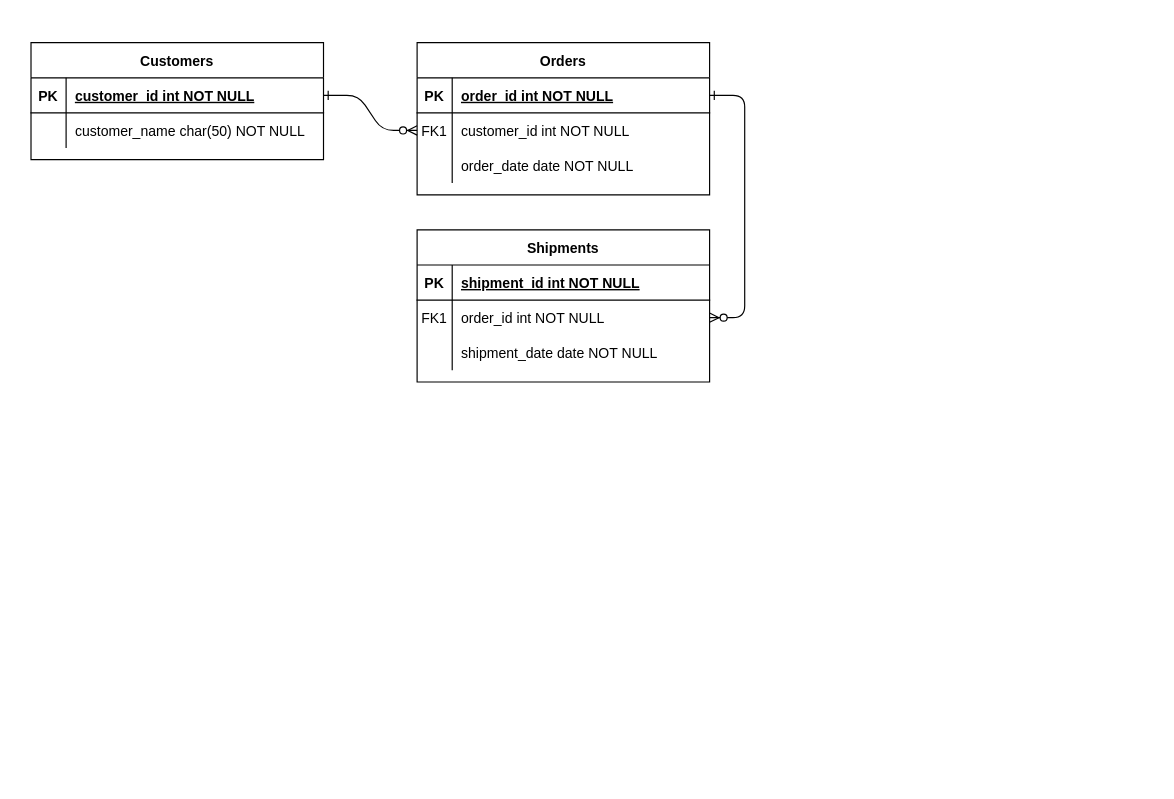
Above: FAMUniteERD.drawio in Rbeautelus1/design-project-green (draw.io), before the change. Source tidied: cells renumbered, new cells numbered last; positions are measured from the earlier drawing's top-left corner, leaving out a move shared by most shapes. Both pictures are drawn from the tidied source at 117%, with x=0, y=0 at pixel (30, 42).
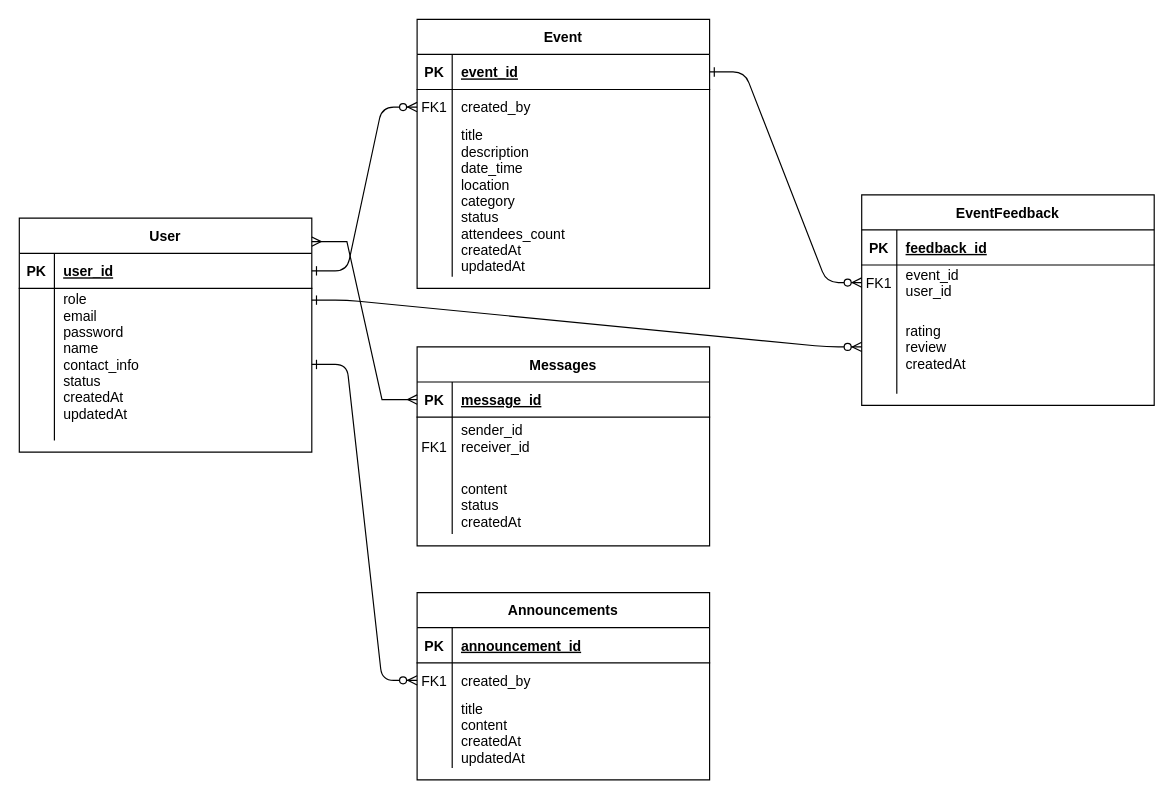
After the change.

Unchanged cells that the change refers to:
```xml
<mxCell id="5" style="shape=partialRectangle;fillColor=none;points=[[0,0.5],[1,0.5]];portConstraint=eastwest;top=0;left=0;right=0;bottom=1;" parent="4" vertex="1">
  <mxGeometry y="30" width="250" height="30" as="geometry" />
</mxCell>
<mxCell id="8" style="shape=partialRectangle;fillColor=none;points=[[0,0.5],[1,0.5]];portConstraint=eastwest;top=0;left=0;right=0;bottom=0;" parent="4" vertex="1">
  <mxGeometry y="60" width="250" height="30" as="geometry" />
</mxCell>
<mxCell id="15" style="shape=partialRectangle;fillColor=none;top=0;left=0;right=0;bottom=1;" parent="14" vertex="1">
  <mxGeometry y="30" width="250" height="30" as="geometry" />
</mxCell>
<mxCell id="18" style="shape=partialRectangle;fillColor=none;points=[[0,0.5],[1,0.5]];portConstraint=eastwest;top=0;left=0;right=0;bottom=0;" parent="14" vertex="1">
  <mxGeometry y="60" width="250" height="30" as="geometry" />
</mxCell>
<mxCell id="25" style="shape=partialRectangle;fillColor=none;points=[[0,0.5],[1,0.5]];portConstraint=eastwest;top=0;left=0;right=0;bottom=1;" parent="24" vertex="1">
  <mxGeometry y="30" width="250" height="30" as="geometry" />
</mxCell>
```

Diff of the diagram source:
```diff
@@
-    <mxCell id="4" value="Orders" style="shape=table;startSize=30;childLayout=tableLayout;rowLines=0;fontStyle=1;align=center;" parent="1" vertex="1">
-      <mxGeometry x="330" width="250" height="130" as="geometry" />
+    <mxCell id="4" value="Event" style="shape=table;startSize=30;childLayout=tableLayout;rowLines=0;fontStyle=1;align=center;" parent="1" vertex="1">
+      <mxGeometry x="330" y="-20" width="250" height="230" as="geometry" />
     </mxCell>
@@
-    <mxCell id="7" value="order_id int NOT NULL " style="shape=partialRectangle;overflow=hidden;fillColor=none;top=0;left=0;bottom=0;right=0;align=left;spacingLeft=6;fontStyle=5;" parent="5" vertex="1">
+    <mxCell id="7" value="event_id" style="shape=partialRectangle;overflow=hidden;fillColor=none;top=0;left=0;bottom=0;right=0;align=left;spacingLeft=6;fontStyle=5;" parent="5" vertex="1">
       <mxGeometry x="30" width="220" height="30" as="geometry" />
     </mxCell>
@@
-    <mxCell id="10" value="customer_id int NOT NULL" style="shape=partialRectangle;overflow=hidden;fillColor=none;top=0;left=0;bottom=0;right=0;align=left;spacingLeft=6;" parent="8" vertex="1">
+    <mxCell id="10" value="created_by" style="shape=partialRectangle;overflow=hidden;fillColor=none;top=0;left=0;bottom=0;right=0;align=left;spacingLeft=6;" parent="8" vertex="1">
       <mxGeometry x="30" width="220" height="30" as="geometry" />
     </mxCell>
     <mxCell id="11" style="shape=partialRectangle;fillColor=none;top=0;left=0;right=0;bottom=0;" parent="4" vertex="1">
-      <mxGeometry y="90" width="250" height="30" as="geometry" />
+      <mxGeometry y="90" width="250" height="130" as="geometry" />
     </mxCell>
     <mxCell id="12" style="shape=partialRectangle;overflow=hidden;fillColor=none;top=0;left=0;bottom=0;right=0;" parent="11" vertex="1">
-      <mxGeometry width="30" height="30" as="geometry" />
+      <mxGeometry width="30" height="130" as="geometry" />
     </mxCell>
-    <mxCell id="13" value="order_date date NOT NULL" style="shape=partialRectangle;overflow=hidden;fillColor=none;top=0;left=0;bottom=0;right=0;align=left;spacingLeft=6;" parent="11" vertex="1">
-      <mxGeometry x="30" width="220" height="30" as="geometry" />
+    <mxCell id="13" value="title&#10;description&#10;date_time&#10;location&#10;category&#10;status&#10;attendees_count&#10;createdAt&#10;updatedAt" style="shape=partialRectangle;overflow=hidden;fillColor=none;top=0;left=0;bottom=0;right=0;align=left;spacingLeft=6;" parent="11" vertex="1">
+      <mxGeometry x="30" width="220" height="130" as="geometry" />
     </mxCell>
-    <mxCell id="14" value="Shipments" style="shape=table;startSize=30;childLayout=tableLayout;rowLines=0;fontStyle=1;align=center;" parent="1" vertex="1">
-      <mxGeometry x="330" y="160" width="250" height="130" as="geometry" />
+    <mxCell id="14" value="EventFeedback" style="shape=table;startSize=30;childLayout=tableLayout;rowLines=0;fontStyle=1;align=center;" parent="1" vertex="1">
+      <mxGeometry x="710" y="130" width="250" height="180" as="geometry" />
     </mxCell>
@@
-    <mxCell id="17" value="shipment_id int NOT NULL " style="shape=partialRectangle;overflow=hidden;fillColor=none;top=0;left=0;bottom=0;right=0;align=left;spacingLeft=6;fontStyle=5;" parent="15" vertex="1">
+    <mxCell id="17" value="feedback_id" style="shape=partialRectangle;overflow=hidden;fillColor=none;top=0;left=0;bottom=0;right=0;align=left;spacingLeft=6;fontStyle=5;" parent="15" vertex="1">
       <mxGeometry x="30" width="220" height="30" as="geometry" />
     </mxCell>
@@
-    <mxCell id="20" value="order_id int NOT NULL" style="shape=partialRectangle;overflow=hidden;fillColor=none;top=0;left=0;bottom=0;right=0;align=left;spacingLeft=6;" parent="18" vertex="1">
+    <mxCell id="20" value="event_id&#10;user_id" style="shape=partialRectangle;overflow=hidden;fillColor=none;top=0;left=0;bottom=0;right=0;align=left;spacingLeft=6;" parent="18" vertex="1">
       <mxGeometry x="30" width="220" height="30" as="geometry" />
     </mxCell>
     <mxCell id="21" style="shape=partialRectangle;fillColor=none;points=[[0,0.5],[1,0.5]];portConstraint=eastwest;top=0;left=0;right=0;bottom=0;" parent="14" vertex="1">
-      <mxGeometry y="90" width="250" height="30" as="geometry" />
+      <mxGeometry y="90" width="250" height="80" as="geometry" />
     </mxCell>
     <mxCell id="22" style="shape=partialRectangle;overflow=hidden;fillColor=none;top=0;left=0;bottom=0;right=0;" parent="21" vertex="1">
-      <mxGeometry width="30" height="30" as="geometry" />
+      <mxGeometry width="30" height="80" as="geometry" />
     </mxCell>
-    <mxCell id="23" value="shipment_date date NOT NULL" style="shape=partialRectangle;overflow=hidden;fillColor=none;top=0;left=0;bottom=0;right=0;align=left;spacingLeft=6;" parent="21" vertex="1">
-      <mxGeometry x="30" width="220" height="30" as="geometry" />
+    <mxCell id="23" value="rating&#10;review&#10;createdAt" style="shape=partialRectangle;overflow=hidden;fillColor=none;top=0;left=0;bottom=0;right=0;align=left;spacingLeft=6;" parent="21" vertex="1">
+      <mxGeometry x="30" width="220" height="80" as="geometry" />
     </mxCell>
-    <mxCell id="24" value="Customers" style="shape=table;startSize=30;childLayout=tableLayout;rowLines=0;fontStyle=1;align=center;" parent="1" vertex="1">
-      <mxGeometry width="250" height="100" as="geometry" />
+    <mxCell id="24" value="User" style="shape=table;startSize=30;childLayout=tableLayout;rowLines=0;fontStyle=1;align=center;" parent="1" vertex="1">
+      <mxGeometry x="-10" y="150" width="250" height="200" as="geometry" />
     </mxCell>
@@
-    <mxCell id="27" value="customer_id int NOT NULL " style="shape=partialRectangle;overflow=hidden;fillColor=none;top=0;left=0;bottom=0;right=0;align=left;spacingLeft=6;fontStyle=5;" parent="25" vertex="1">
+    <mxCell id="27" value="user_id" style="shape=partialRectangle;overflow=hidden;fillColor=none;top=0;left=0;bottom=0;right=0;align=left;spacingLeft=6;fontStyle=5;" parent="25" vertex="1">
       <mxGeometry x="30" width="220" height="30" as="geometry" />
     </mxCell>
     <mxCell id="28" style="shape=partialRectangle;fillColor=none;points=[[0,0.5],[1,0.5]];portConstraint=eastwest;top=0;left=0;right=0;bottom=0;" parent="24" vertex="1">
-      <mxGeometry y="60" width="250" height="30" as="geometry" />
+      <mxGeometry y="60" width="250" height="130" as="geometry" />
     </mxCell>
     <mxCell id="29" style="shape=partialRectangle;overflow=hidden;fillColor=none;top=0;left=0;bottom=0;right=0;" parent="28" vertex="1">
-      <mxGeometry width="30" height="30" as="geometry" />
+      <mxGeometry width="30" height="130" as="geometry" />
     </mxCell>
-    <mxCell id="30" value="customer_name char(50) NOT NULL" style="shape=partialRectangle;overflow=hidden;fillColor=none;top=0;left=0;bottom=0;right=0;align=left;spacingLeft=6;" parent="28" vertex="1">
-      <mxGeometry x="30" width="220" height="30" as="geometry" />
+    <mxCell id="30" value="role &#10;email&#10;password&#10;name&#10;contact_info&#10;status&#10;createdAt&#10;updatedAt&#10;" style="shape=partialRectangle;overflow=hidden;fillColor=none;top=0;left=0;bottom=0;right=0;align=left;spacingLeft=6;" parent="28" vertex="1">
+      <mxGeometry x="30" width="220" height="130" as="geometry" />
     </mxCell>
+    <mxCell id="31" value="Messages" style="shape=table;startSize=30;childLayout=tableLayout;rowLines=0;fontStyle=1;align=center;" parent="1" vertex="1">
+      <mxGeometry x="330" y="260" width="250" height="170" as="geometry" />
+    </mxCell>
+    <mxCell id="32" style="shape=partialRectangle;fillColor=none;points=[[0,0.5],[1,0.5]];portConstraint=eastwest;top=0;left=0;right=0;bottom=1;" parent="31" vertex="1">
+      <mxGeometry y="30" width="250" height="30" as="geometry" />
+    </mxCell>
+    <mxCell id="33" value="PK" style="shape=partialRectangle;overflow=hidden;fillColor=none;top=0;left=0;bottom=0;right=0;fontStyle=1;" parent="32" vertex="1">
+      <mxGeometry width="30" height="30" as="geometry" />
+    </mxCell>
+    <mxCell id="34" value="message_id" style="shape=partialRectangle;overflow=hidden;fillColor=none;top=0;left=0;bottom=0;right=0;align=left;spacingLeft=6;fontStyle=5;" parent="32" vertex="1">
+      <mxGeometry x="30" width="220" height="30" as="geometry" />
+    </mxCell>
+    <mxCell id="35" style="shape=partialRectangle;fillColor=none;top=0;left=0;right=0;bottom=0;" parent="31" vertex="1">
+      <mxGeometry y="60" width="250" height="50" as="geometry" />
+    </mxCell>
+    <mxCell id="36" value="FK1" style="shape=partialRectangle;overflow=hidden;fillColor=none;top=0;left=0;bottom=0;right=0;" parent="35" vertex="1">
+      <mxGeometry width="30" height="50" as="geometry" />
+    </mxCell>
+    <mxCell id="37" value="sender_id&#10;receiver_id&#10;" style="shape=partialRectangle;overflow=hidden;fillColor=none;top=0;left=0;bottom=0;right=0;align=left;spacingLeft=6;" parent="35" vertex="1">
+      <mxGeometry x="30" width="220" height="50" as="geometry" />
+    </mxCell>
+    <mxCell id="38" style="shape=partialRectangle;fillColor=none;top=0;left=0;right=0;bottom=0;" parent="31" vertex="1">
+      <mxGeometry y="110" width="250" height="50" as="geometry" />
+    </mxCell>
+    <mxCell id="39" style="shape=partialRectangle;overflow=hidden;fillColor=none;top=0;left=0;bottom=0;right=0;" parent="38" vertex="1">
+      <mxGeometry width="30" height="50" as="geometry" />
+    </mxCell>
+    <mxCell id="40" value="content&#10;status&#10;createdAt" style="shape=partialRectangle;overflow=hidden;fillColor=none;top=0;left=0;bottom=0;right=0;align=left;spacingLeft=6;" parent="38" vertex="1">
+      <mxGeometry x="30" width="220" height="50" as="geometry" />
+    </mxCell>
+    <mxCell id="41" value="Announcements" style="shape=table;startSize=30;childLayout=tableLayout;rowLines=0;fontStyle=1;align=center;" parent="1" vertex="1">
+      <mxGeometry x="330" y="470" width="250" height="160" as="geometry" />
+    </mxCell>
+    <mxCell id="42" style="shape=partialRectangle;fillColor=none;top=0;left=0;right=0;bottom=1;" parent="41" vertex="1">
+      <mxGeometry y="30" width="250" height="30" as="geometry" />
+    </mxCell>
+    <mxCell id="43" value="PK" style="shape=partialRectangle;overflow=hidden;fillColor=none;top=0;left=0;bottom=0;right=0;fontStyle=1;" parent="42" vertex="1">
+      <mxGeometry width="30" height="30" as="geometry" />
+    </mxCell>
+    <mxCell id="44" value="announcement_id" style="shape=partialRectangle;overflow=hidden;fillColor=none;top=0;left=0;bottom=0;right=0;align=left;spacingLeft=6;fontStyle=5;" parent="42" vertex="1">
+      <mxGeometry x="30" width="220" height="30" as="geometry" />
+    </mxCell>
+    <mxCell id="45" style="shape=partialRectangle;fillColor=none;points=[[0,0.5],[1,0.5]];portConstraint=eastwest;top=0;left=0;right=0;bottom=0;" parent="41" vertex="1">
+      <mxGeometry y="60" width="250" height="30" as="geometry" />
+    </mxCell>
+    <mxCell id="46" value="FK1" style="shape=partialRectangle;overflow=hidden;fillColor=none;top=0;left=0;bottom=0;right=0;" parent="45" vertex="1">
+      <mxGeometry width="30" height="30" as="geometry" />
+    </mxCell>
+    <mxCell id="47" value="created_by" style="shape=partialRectangle;overflow=hidden;fillColor=none;top=0;left=0;bottom=0;right=0;align=left;spacingLeft=6;" parent="45" vertex="1">
+      <mxGeometry x="30" width="220" height="30" as="geometry" />
+    </mxCell>
+    <mxCell id="48" style="shape=partialRectangle;fillColor=none;top=0;left=0;right=0;bottom=0;" parent="41" vertex="1">
+      <mxGeometry y="90" width="250" height="60" as="geometry" />
+    </mxCell>
+    <mxCell id="49" style="shape=partialRectangle;overflow=hidden;fillColor=none;top=0;left=0;bottom=0;right=0;" parent="48" vertex="1">
+      <mxGeometry width="30" height="60" as="geometry" />
+    </mxCell>
+    <mxCell id="50" value="title&#10;content&#10;createdAt&#10;updatedAt" style="shape=partialRectangle;overflow=hidden;fillColor=none;top=0;left=0;bottom=0;right=0;align=left;spacingLeft=6;" parent="48" vertex="1">
+      <mxGeometry x="30" width="220" height="60" as="geometry" />
+    </mxCell>
+    <mxCell id="51" style="edgeStyle=entityRelationEdgeStyle;endArrow=ERzeroToMany;startArrow=ERone;endFill=1;startFill=0;entryX=0;entryY=0.5;entryDx=0;entryDy=0;" parent="1" edge="1" target="21">
+      <mxGeometry relative="1" as="geometry">
+        <mxPoint x="240" y="220" as="sourcePoint" />
+        <Array as="points">
+          <mxPoint x="710" y="230" />
+        </Array>
+      </mxGeometry>
+    </mxCell>
+    <mxCell id="52" style="edgeStyle=entityRelationEdgeStyle;endArrow=ERzeroToMany;startArrow=ERone;endFill=1;startFill=0;entryX=0;entryY=0.5;entryDx=0;entryDy=0;exitX=1;exitY=0.5;exitDx=0;exitDy=0;" parent="1" edge="1" source="28" target="45">
+      <mxGeometry relative="1" as="geometry" />
+    </mxCell>
+    <mxCell id="53" style="edgeStyle=entityRelationEdgeStyle;fontSize=12;html=1;endArrow=ERmany;startArrow=ERmany;rounded=0;entryX=0;entryY=0.5;entryDx=0;entryDy=0;" parent="1" edge="1" target="32">
+      <mxGeometry relative="1" as="geometry">
+        <mxPoint x="240" y="170" as="sourcePoint" />
+      </mxGeometry>
+    </mxCell>
```
